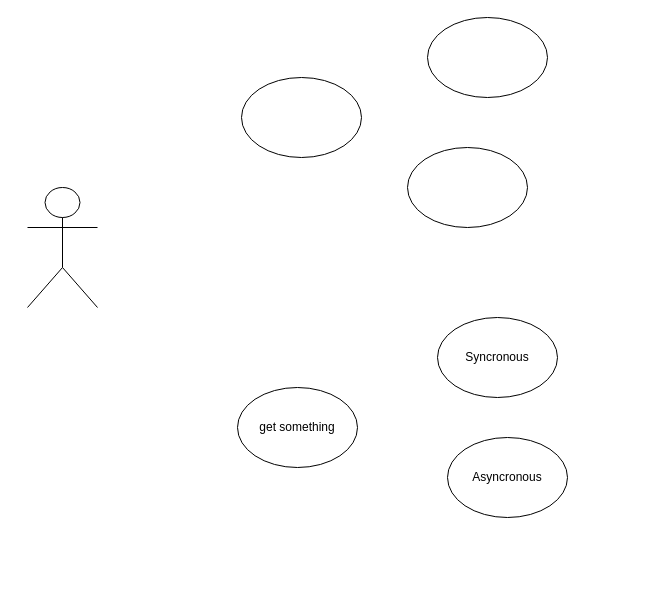
Above: Scenarioview.drawio in AlvaroBarragan/spotify-web-api-java (draw.io), before the change. Source tidied: cells renumbered, new cells numbered last; positions are measured from the earlier drawing's top-left corner, leaving out a move shared by most shapes. Both pictures are drawn from the tidied source at 100%, with x=0, y=0 at pixel (27, 17).
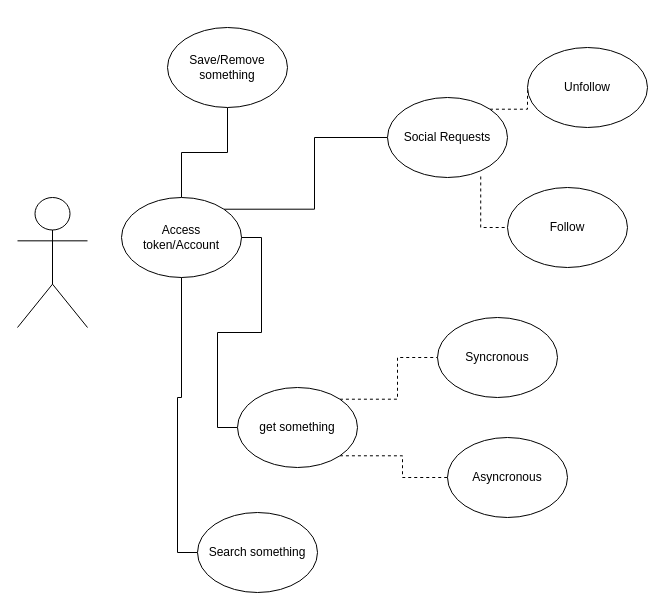
Above is the later version.

Unchanged cells that the change refers to:
```xml
<mxCell id="6" value="Asyncronous" style="ellipse;whiteSpace=wrap;html=1;" parent="1" vertex="1">
  <mxGeometry x="420" y="420" width="120" height="80" as="geometry" />
</mxCell>
<mxCell id="7" value="Syncronous" style="ellipse;whiteSpace=wrap;html=1;" parent="1" vertex="1">
  <mxGeometry x="410" y="300" width="120" height="80" as="geometry" />
</mxCell>
<mxCell id="8" value="get something" style="ellipse;whiteSpace=wrap;html=1;" parent="1" vertex="1">
  <mxGeometry x="210" y="370" width="120" height="80" as="geometry" />
</mxCell>
```

Diff of the diagram source:
```diff
@@
     <mxCell id="2" style="shape=umlActor;verticalLabelPosition=bottom;verticalAlign=top;html=1;" parent="1" vertex="1">
-      <mxGeometry y="170" width="70" height="120" as="geometry" />
+      <mxGeometry x="-10" y="180" width="70" height="130" as="geometry" />
     </mxCell>
+    <mxCell id="9" style="edgeStyle=orthogonalEdgeStyle;rounded=0;jettySize=auto;html=1;exitX=1;exitY=0;exitDx=0;exitDy=0;entryX=0;entryY=0.5;entryDx=0;entryDy=0;endArrow=none;endFill=0;" parent="1" edge="1" source="3" target="16">
+      <mxGeometry relative="1" as="geometry" />
+    </mxCell>
+    <mxCell id="10" style="edgeStyle=orthogonalEdgeStyle;rounded=0;jettySize=auto;html=1;exitX=0.5;exitY=0;exitDx=0;exitDy=0;entryX=0.5;entryY=1;entryDx=0;entryDy=0;endArrow=none;endFill=0;" parent="1" edge="1" source="3" target="19">
+      <mxGeometry relative="1" as="geometry" />
+    </mxCell>
-    <mxCell id="3" style="ellipse;whiteSpace=wrap;html=1;" parent="1" vertex="1">
-      <mxGeometry x="214" y="60" width="120" height="80" as="geometry" />
+    <mxCell id="3" value="Access token/Account" style="ellipse;whiteSpace=wrap;html=1;" parent="1" vertex="1">
+      <mxGeometry x="94" y="180" width="120" height="80" as="geometry" />
     </mxCell>
-    <mxCell id="4" style="ellipse;whiteSpace=wrap;html=1;" parent="1" vertex="1">
-      <mxGeometry x="400" width="120" height="80" as="geometry" />
-    </mxCell>
-    <mxCell id="5" style="ellipse;whiteSpace=wrap;html=1;" parent="1" vertex="1">
-      <mxGeometry x="380" y="130" width="120" height="80" as="geometry" />
-    </mxCell>
@@
+    <mxCell id="11" style="edgeStyle=orthogonalEdgeStyle;rounded=0;jettySize=auto;html=1;exitX=0;exitY=0.5;exitDx=0;exitDy=0;endArrow=none;endFill=0;entryX=1;entryY=0.5;entryDx=0;entryDy=0;" parent="1" edge="1" source="8" target="3">
+      <mxGeometry relative="1" as="geometry" />
+    </mxCell>
+    <mxCell id="12" style="edgeStyle=orthogonalEdgeStyle;rounded=0;jettySize=auto;html=1;exitX=1;exitY=0;exitDx=0;exitDy=0;endArrow=none;endFill=0;dashed=1;" parent="1" edge="1" source="8" target="7">
+      <mxGeometry relative="1" as="geometry" />
+    </mxCell>
+    <mxCell id="13" style="edgeStyle=orthogonalEdgeStyle;rounded=0;jettySize=auto;html=1;exitX=1;exitY=1;exitDx=0;exitDy=0;entryX=0;entryY=0.5;entryDx=0;entryDy=0;endArrow=none;endFill=0;dashed=1;" parent="1" edge="1" source="8" target="6">
+      <mxGeometry relative="1" as="geometry" />
+    </mxCell>
@@
+    <mxCell id="14" style="edgeStyle=orthogonalEdgeStyle;rounded=0;jettySize=auto;html=1;exitX=1;exitY=0;exitDx=0;exitDy=0;entryX=0;entryY=0.5;entryDx=0;entryDy=0;endArrow=none;endFill=0;dashed=1;" parent="1" edge="1" source="16" target="18">
+      <mxGeometry relative="1" as="geometry" />
+    </mxCell>
+    <mxCell id="15" style="edgeStyle=orthogonalEdgeStyle;rounded=0;jettySize=auto;html=1;exitX=0.777;exitY=0.987;exitDx=0;exitDy=0;entryX=0;entryY=0.5;entryDx=0;entryDy=0;endArrow=none;endFill=0;dashed=1;exitPerimeter=0;" parent="1" edge="1" source="16" target="17">
+      <mxGeometry relative="1" as="geometry" />
+    </mxCell>
+    <mxCell id="16" value="Social Requests" style="ellipse;whiteSpace=wrap;html=1;" parent="1" vertex="1">
+      <mxGeometry x="360" y="80" width="120" height="80" as="geometry" />
+    </mxCell>
+    <mxCell id="17" value="Follow" style="ellipse;whiteSpace=wrap;html=1;" parent="1" vertex="1">
+      <mxGeometry x="480" y="170" width="120" height="80" as="geometry" />
+    </mxCell>
+    <mxCell id="18" value="Unfollow" style="ellipse;whiteSpace=wrap;html=1;" parent="1" vertex="1">
+      <mxGeometry x="500" y="30" width="120" height="80" as="geometry" />
+    </mxCell>
+    <mxCell id="19" value="Save/Remove something" style="ellipse;whiteSpace=wrap;html=1;" parent="1" vertex="1">
+      <mxGeometry x="140" y="10" width="120" height="80" as="geometry" />
+    </mxCell>
+    <mxCell id="20" style="edgeStyle=orthogonalEdgeStyle;rounded=0;jettySize=auto;html=1;exitX=0;exitY=0.5;exitDx=0;exitDy=0;endArrow=none;endFill=0;" parent="1" edge="1" source="21" target="3">
+      <mxGeometry relative="1" as="geometry">
+        <Array as="points">
+          <mxPoint x="150" y="535" />
+          <mxPoint x="150" y="380" />
+          <mxPoint x="154" y="380" />
+        </Array>
+      </mxGeometry>
+    </mxCell>
+    <mxCell id="21" value="Search something" style="ellipse;whiteSpace=wrap;html=1;" parent="1" vertex="1">
+      <mxGeometry x="170" y="495" width="120" height="80" as="geometry" />
+    </mxCell>
```
